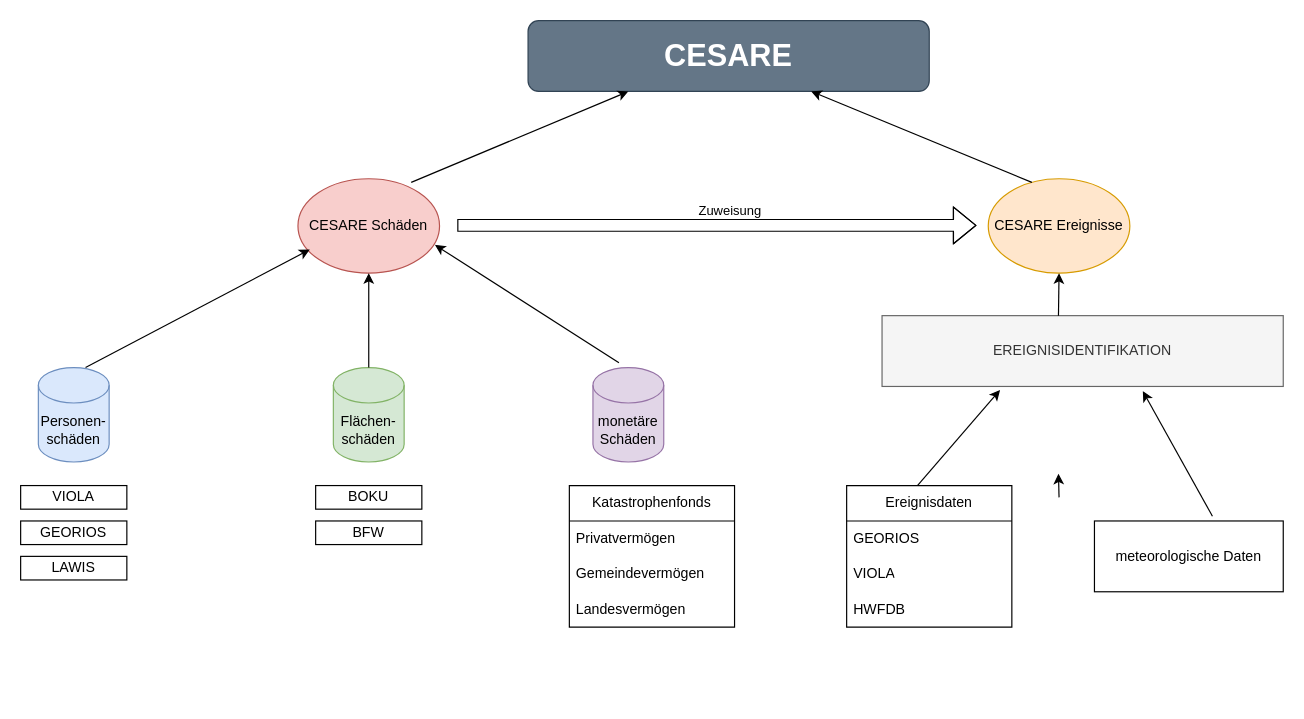
This is cesare.drawio from Kathi2406/Klimauebung, a draw.io file, before an edit. Source tidied: cells renumbered, new cells numbered last; positions are measured from the earlier drawing's top-left corner, leaving out a move shared by most shapes. Both pictures are drawn from the tidied source at 118%, with x=0, y=0 at pixel (20, 20).
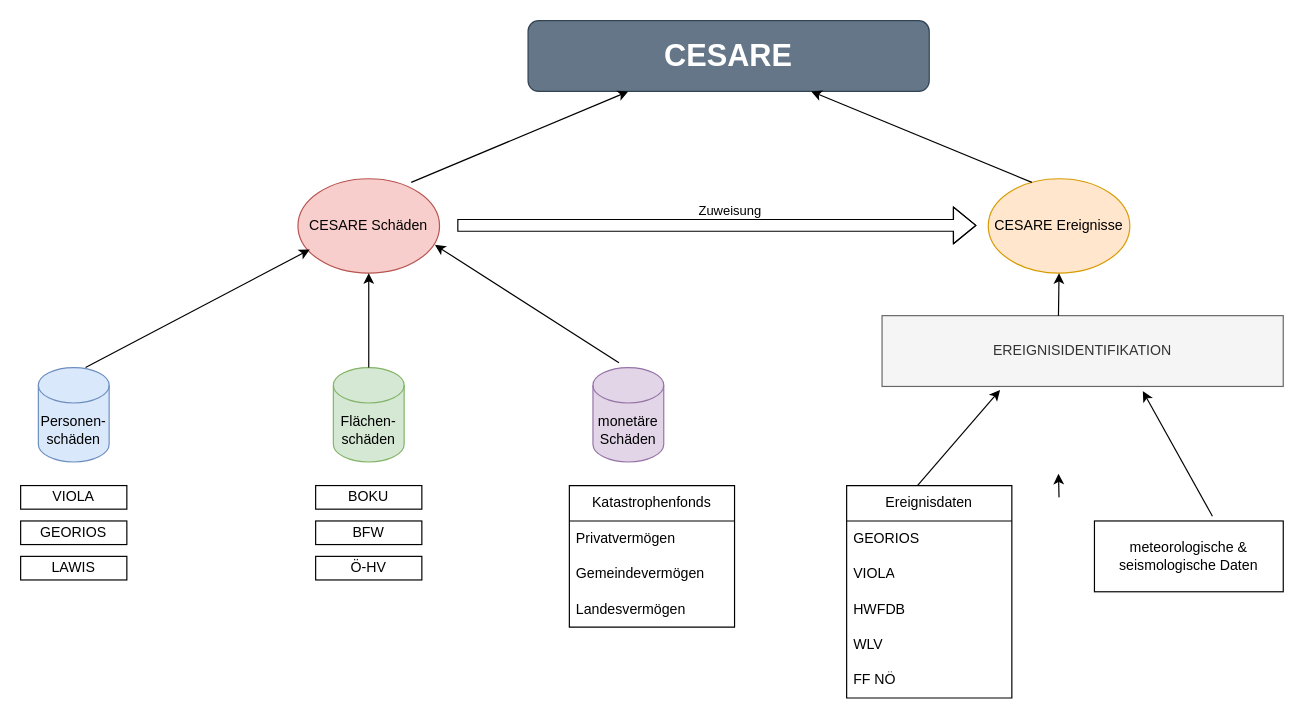
After the change.

Commit message:
cesare.drawio erweitert um ein paar datensaetze

What changed in the source:
```diff
@@
     <mxCell id="20" value="Ereignisdaten" style="swimlane;fontStyle=0;horizontal=1;startSize=30;whiteSpace=wrap;html=1;" parent="1" vertex="1">
-      <mxGeometry x="700" y="394" width="140" height="120" as="geometry" />
+      <mxGeometry x="700" y="394" width="140" height="180" as="geometry" />
     </mxCell>
@@
+    <mxCell id="33" value="WLV" style="text;strokeColor=none;fillColor=none;align=left;verticalAlign=middle;spacingLeft=4;spacingRight=4;overflow=hidden;whiteSpace=wrap;html=1;" parent="20" vertex="1">
+      <mxGeometry y="120" width="140" height="30" as="geometry" />
+    </mxCell>
+    <mxCell id="34" value="FF NÖ" style="text;strokeColor=none;fillColor=none;align=left;verticalAlign=middle;spacingLeft=4;spacingRight=4;overflow=hidden;whiteSpace=wrap;html=1;" parent="20" vertex="1">
+      <mxGeometry y="150" width="140" height="30" as="geometry" />
+    </mxCell>
-    <mxCell id="24" value="meteorologische Daten" style="rounded=0;whiteSpace=wrap;html=1;" parent="1" vertex="1">
+    <mxCell id="24" value="meteorologische &amp;amp; seismologische Daten" style="rounded=0;whiteSpace=wrap;html=1;" parent="1" vertex="1">
       <mxGeometry x="910" y="424" width="160" height="60" as="geometry" />
     </mxCell>
@@
+    <mxCell id="35" value="Ö-HV" style="rounded=0;whiteSpace=wrap;html=1;" parent="1" vertex="1">
+      <mxGeometry x="250" y="454" width="90" height="20" as="geometry" />
+    </mxCell>
```
